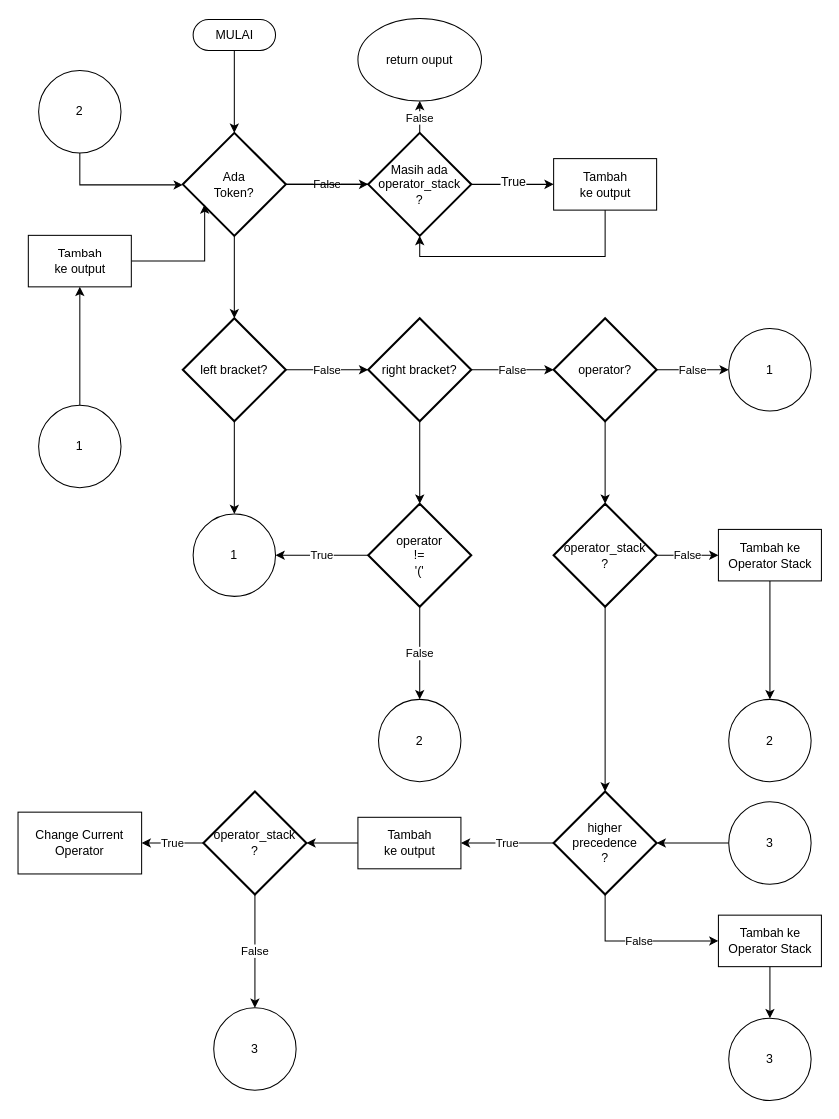
Above: Shunting Yard.drawio in eliteraihan/boolean-retrieval-engine (draw.io), before the change. Source tidied: cells renumbered, new cells numbered last; positions are measured from the earlier drawing's top-left corner, leaving out a move shared by most shapes. Both pictures are drawn from the tidied source at 103%, with x=0, y=0 at pixel (18, 19).
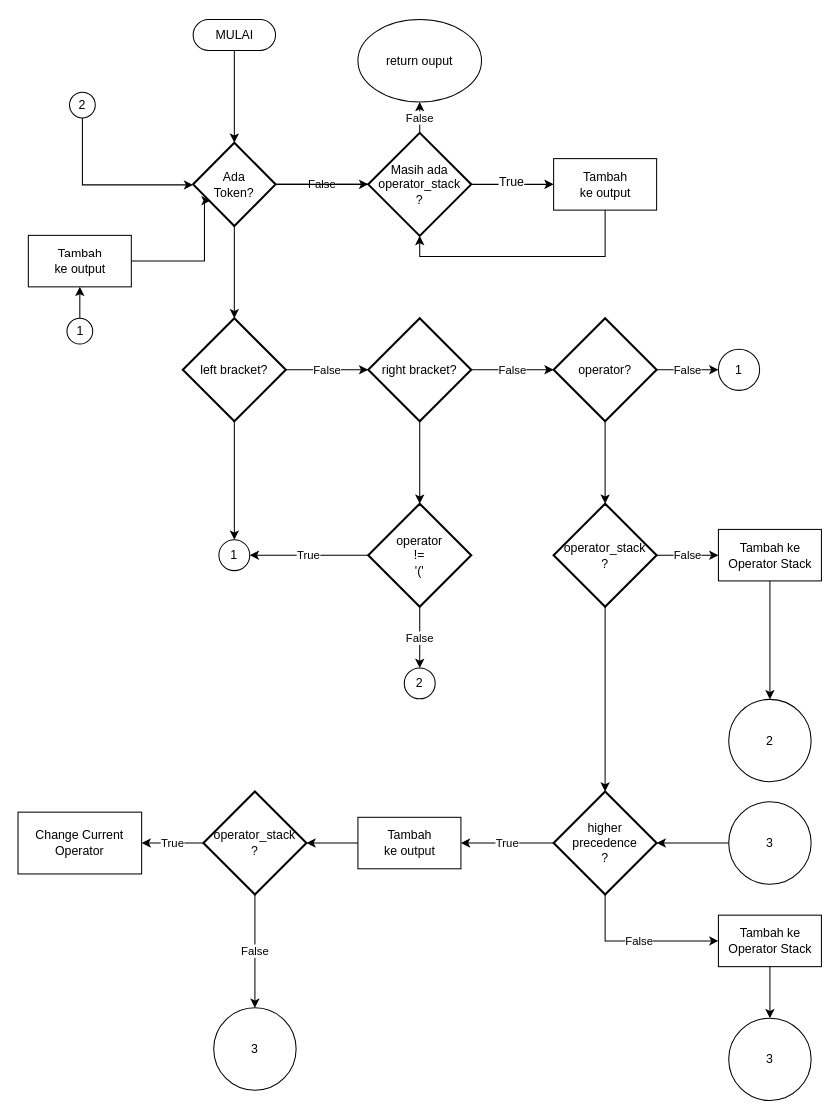
Above is the later version.

The edit, as a diff of the source:
```diff
@@
     <mxCell id="8" value="Ada&lt;br&gt;Token?" style="strokeWidth=2;html=1;shape=mxgraph.flowchart.decision;whiteSpace=wrap;" parent="1" vertex="1">
-      <mxGeometry x="160" y="110.5" width="100" height="100" as="geometry" />
+      <mxGeometry x="170" y="120" width="80" height="81" as="geometry" />
     </mxCell>
@@
     <mxCell id="31" value="return ouput" style="ellipse;whiteSpace=wrap;html=1;" parent="1" vertex="1">
-      <mxGeometry x="330" y="-0.5" width="120" height="80" as="geometry" />
+      <mxGeometry x="330" y="0.5" width="120" height="80" as="geometry" />
     </mxCell>
@@
     <mxCell id="33" value="1" style="ellipse;whiteSpace=wrap;html=1;" parent="1" vertex="1">
-      <mxGeometry x="20" y="375" width="80" height="80" as="geometry" />
+      <mxGeometry x="47.5" y="290.5" width="25" height="25" as="geometry" />
     </mxCell>
     <mxCell id="34" value="1" style="ellipse;whiteSpace=wrap;html=1;" parent="1" vertex="1">
-      <mxGeometry x="690" y="300.5" width="80" height="80" as="geometry" />
+      <mxGeometry x="680" y="320.5" width="40" height="40" as="geometry" />
     </mxCell>
@@
     <mxCell id="37" value="1" style="ellipse;whiteSpace=wrap;html=1;" parent="1" vertex="1">
-      <mxGeometry x="170" y="480.5" width="80" height="80" as="geometry" />
+      <mxGeometry x="195" y="505.5" width="30" height="30" as="geometry" />
     </mxCell>
     <mxCell id="38" value="2" style="ellipse;whiteSpace=wrap;html=1;" parent="1" vertex="1">
-      <mxGeometry x="350" y="660.5" width="80" height="80" as="geometry" />
+      <mxGeometry x="375" y="630" width="30" height="30" as="geometry" />
     </mxCell>
-    <mxCell id="39" style="edgeStyle=orthogonalEdgeStyle;rounded=0;jettySize=auto;html=1;" parent="1" edge="1" source="40" target="8">
+    <mxCell id="39" style="edgeStyle=orthogonalEdgeStyle;rounded=0;jettySize=auto;html=1;exitX=0.5;exitY=1;exitDx=0;exitDy=0;" parent="1" edge="1" source="40" target="8">
       <mxGeometry relative="1" as="geometry">
         <Array as="points">
-          <mxPoint x="60" y="161" />
+          <mxPoint x="62" y="161" />
         </Array>
       </mxGeometry>
     </mxCell>
     <mxCell id="40" value="2" style="ellipse;whiteSpace=wrap;html=1;" parent="1" vertex="1">
-      <mxGeometry x="20" y="50" width="80" height="80" as="geometry" />
+      <mxGeometry x="50" y="71" width="25" height="25" as="geometry" />
     </mxCell>
```
